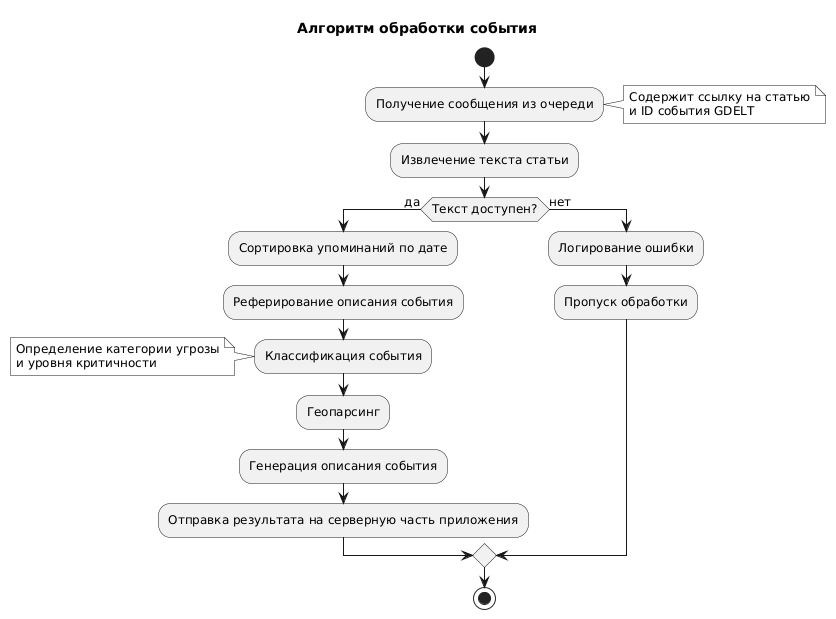
Above: report/picture/diagramm/analyzer_flow.png in kovvvalskii/diploma-report (PlantUML), before the change.
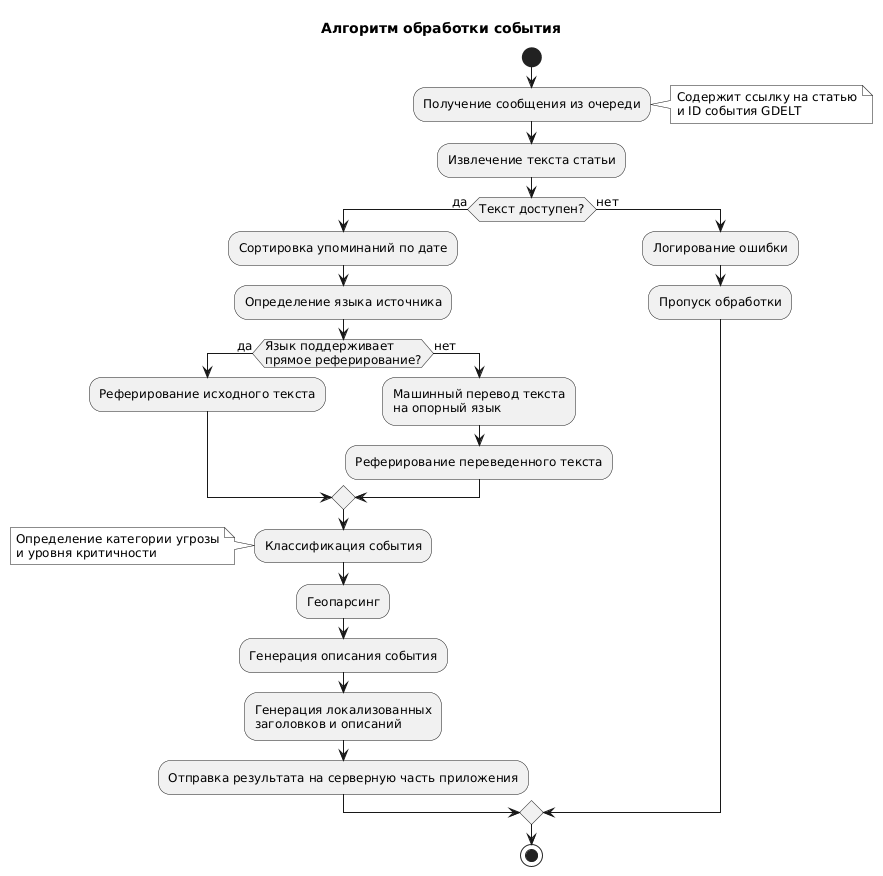
Later version of the same file.

The edit, as a diff of the source:
```diff
@@ -14,12 +14,19 @@
 :Извлечение текста статьи;
 if (Текст доступен?) then (да)
   :Сортировка упоминаний по дате;
-  :Реферирование описания события;
+  :Определение языка источника;
+  if (Язык поддерживает\nпрямое реферирование?) then (да)
+    :Реферирование исходного текста;
+  else (нет)
+    :Машинный перевод текста\nна опорный язык;
+    :Реферирование переведенного текста;
+  endif
   :Классификация события;
   note left: Определение категории угрозы\nи уровня критичности
 
   :Геопарсинг;
   :Генерация описания события;
+  :Генерация локализованных\nзаголовков и описаний;
 
   :Отправка результата на серверную часть приложения;
 else (нет)
```
